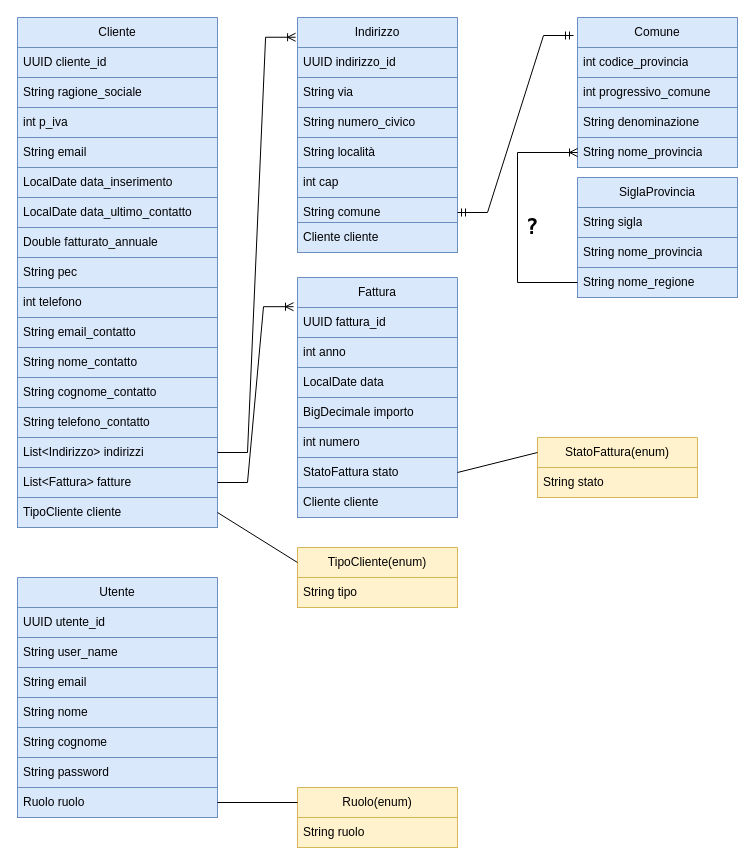
Earlier version of the draw.io diagram bin/Diagramma_Progetto.drawio (Peppe1795/BuildWeekFinale). Source tidied: cells renumbered, new cells numbered last; positions are measured from the earlier drawing's top-left corner, leaving out a move shared by most shapes. Both pictures are drawn from the tidied source at 100%, with x=0, y=0 at pixel (17, 17).
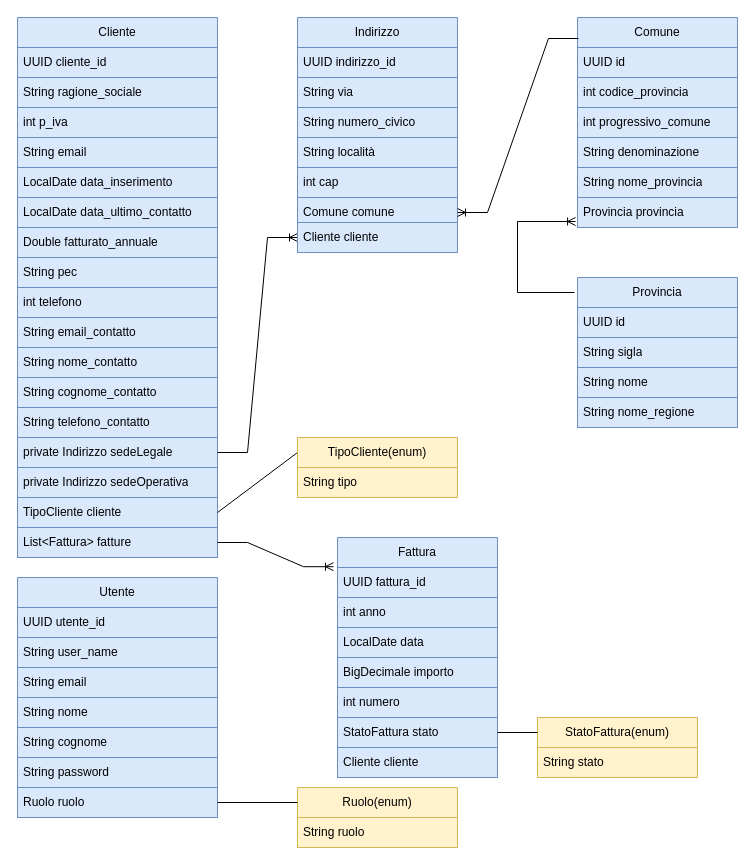
The same page after the edit.

The change refers to these unchanged cells:
```xml
<mxCell id="2" value="Indirizzo" style="swimlane;fontStyle=0;horizontal=1;startSize=30;whiteSpace=wrap;html=1;fillColor=#dae8fc;strokeColor=#6c8ebf;" parent="1" vertex="1">
  <mxGeometry x="280" width="160" height="210" as="geometry" />
</mxCell>
<mxCell id="64" value="Cliente cliente" style="text;strokeColor=#6c8ebf;fillColor=#dae8fc;align=left;verticalAlign=middle;spacingLeft=4;spacingRight=4;overflow=hidden;points=[[0,0.5],[1,0.5]];portConstraint=eastwest;whiteSpace=wrap;html=1;" parent="1" vertex="1">
  <mxGeometry x="280" y="205" width="160" height="30" as="geometry" />
</mxCell>
```

The edit, as a diff of the source:
```diff
@@
-    <mxCell id="8" value="String comune" style="text;strokeColor=#6c8ebf;fillColor=#dae8fc;align=left;verticalAlign=middle;spacingLeft=4;spacingRight=4;overflow=hidden;points=[[0,0.5],[1,0.5]];portConstraint=eastwest;whiteSpace=wrap;html=1;" parent="2" vertex="1">
+    <mxCell id="8" value="Comune comune" style="text;strokeColor=#6c8ebf;fillColor=#dae8fc;align=left;verticalAlign=middle;spacingLeft=4;spacingRight=4;overflow=hidden;points=[[0,0.5],[1,0.5]];portConstraint=eastwest;whiteSpace=wrap;html=1;" parent="2" vertex="1">
       <mxGeometry y="180" width="160" height="30" as="geometry" />
     </mxCell>
     <mxCell id="9" value="Cliente" style="swimlane;fontStyle=0;horizontal=1;startSize=30;whiteSpace=wrap;html=1;fillColor=#dae8fc;strokeColor=#6c8ebf;" parent="1" vertex="1">
-      <mxGeometry width="200" height="510" as="geometry" />
+      <mxGeometry width="200" height="540" as="geometry" />
     </mxCell>
@@
-    <mxCell id="23" value="List&amp;lt;Indirizzo&amp;gt; indirizzi" style="text;strokeColor=#6c8ebf;fillColor=#dae8fc;align=left;verticalAlign=middle;spacingLeft=4;spacingRight=4;overflow=hidden;points=[[0,0.5],[1,0.5]];portConstraint=eastwest;whiteSpace=wrap;html=1;" parent="9" vertex="1">
+    <mxCell id="23" value="private Indirizzo sedeLegale" style="text;strokeColor=#6c8ebf;fillColor=#dae8fc;align=left;verticalAlign=middle;spacingLeft=4;spacingRight=4;overflow=hidden;points=[[0,0.5],[1,0.5]];portConstraint=eastwest;whiteSpace=wrap;html=1;" parent="9" vertex="1">
       <mxGeometry y="420" width="200" height="30" as="geometry" />
     </mxCell>
+    <mxCell id="66" value="private Indirizzo sedeOperativa" style="text;strokeColor=#6c8ebf;fillColor=#dae8fc;align=left;verticalAlign=middle;spacingLeft=4;spacingRight=4;overflow=hidden;whiteSpace=wrap;html=1;" parent="9" vertex="1">
+      <mxGeometry y="450" width="200" height="30" as="geometry" />
+    </mxCell>
+    <mxCell id="25" value="TipoCliente cliente&amp;nbsp;" style="text;strokeColor=#6c8ebf;fillColor=#dae8fc;align=left;verticalAlign=middle;spacingLeft=4;spacingRight=4;overflow=hidden;points=[[0,0.5],[1,0.5]];portConstraint=eastwest;whiteSpace=wrap;html=1;" parent="9" vertex="1">
+      <mxGeometry y="480" width="200" height="30" as="geometry" />
+    </mxCell>
     <mxCell id="24" value="List&amp;lt;Fattura&amp;gt; fatture" style="text;strokeColor=#6c8ebf;fillColor=#dae8fc;align=left;verticalAlign=middle;spacingLeft=4;spacingRight=4;overflow=hidden;points=[[0,0.5],[1,0.5]];portConstraint=eastwest;whiteSpace=wrap;html=1;" parent="9" vertex="1">
-      <mxGeometry y="450" width="200" height="30" as="geometry" />
+      <mxGeometry y="510" width="200" height="30" as="geometry" />
     </mxCell>
-    <mxCell id="25" value="TipoCliente cliente&amp;nbsp;" style="text;strokeColor=#6c8ebf;fillColor=#dae8fc;align=left;verticalAlign=middle;spacingLeft=4;spacingRight=4;overflow=hidden;points=[[0,0.5],[1,0.5]];portConstraint=eastwest;whiteSpace=wrap;html=1;" parent="9" vertex="1">
-      <mxGeometry y="480" width="200" height="30" as="geometry" />
-    </mxCell>
     <mxCell id="26" value="Comune" style="swimlane;fontStyle=0;horizontal=1;startSize=30;whiteSpace=wrap;html=1;fillColor=#dae8fc;strokeColor=#6c8ebf;" parent="1" vertex="1">
-      <mxGeometry x="560" width="160" height="150" as="geometry" />
+      <mxGeometry x="560" width="160" height="210" as="geometry" />
     </mxCell>
+    <mxCell id="67" value="UUID id&lt;div style=&quot;background-color:#2f2f2f;padding:0px 0px 0px 2px;&quot;&gt;&lt;div style=&quot;color: rgb(170, 170, 170); font-family: &amp;quot;Courier New&amp;quot;; font-size: 10pt;&quot;&gt;&lt;p style=&quot;background-color:#373737;margin:0;&quot;&gt;&lt;span style=&quot;color:#d9e8f7;&quot;&gt;&lt;/span&gt;&lt;/p&gt;&lt;/div&gt;&lt;/div&gt;" style="text;strokeColor=#6c8ebf;fillColor=#dae8fc;align=left;verticalAlign=middle;spacingLeft=4;spacingRight=4;overflow=hidden;whiteSpace=wrap;html=1;" parent="26" vertex="1">
+      <mxGeometry y="30" width="160" height="30" as="geometry" />
+    </mxCell>
     <mxCell id="27" value="int&amp;nbsp;codice_provincia&lt;div style=&quot;background-color:#2f2f2f;padding:0px 0px 0px 2px;&quot;&gt;&lt;div style=&quot;color: rgb(170, 170, 170); font-family: &amp;quot;Courier New&amp;quot;; font-size: 10pt;&quot;&gt;&lt;p style=&quot;background-color:#373737;margin:0;&quot;&gt;&lt;span style=&quot;color:#d9e8f7;&quot;&gt;&lt;/span&gt;&lt;/p&gt;&lt;/div&gt;&lt;/div&gt;" style="text;strokeColor=#6c8ebf;fillColor=#dae8fc;align=left;verticalAlign=middle;spacingLeft=4;spacingRight=4;overflow=hidden;whiteSpace=wrap;html=1;" parent="26" vertex="1">
-      <mxGeometry y="30" width="160" height="30" as="geometry" />
+      <mxGeometry y="60" width="160" height="30" as="geometry" />
     </mxCell>
     <mxCell id="28" value="int&amp;nbsp;progressivo_comune&lt;div style=&quot;background-color:#2f2f2f;padding:0px 0px 0px 2px;&quot;&gt;&lt;div style=&quot;color: rgb(170, 170, 170); font-family: &amp;quot;Courier New&amp;quot;; font-size: 10pt;&quot;&gt;&lt;p style=&quot;background-color:#373737;margin:0;&quot;&gt;&lt;span style=&quot;color:#d9e8f7;&quot;&gt;&lt;/span&gt;&lt;/p&gt;&lt;/div&gt;&lt;/div&gt;" style="text;strokeColor=#6c8ebf;fillColor=#dae8fc;align=left;verticalAlign=middle;spacingLeft=4;spacingRight=4;overflow=hidden;whiteSpace=wrap;html=1;" parent="26" vertex="1">
-      <mxGeometry y="60" width="160" height="30" as="geometry" />
+      <mxGeometry y="90" width="160" height="30" as="geometry" />
     </mxCell>
     <mxCell id="29" value="String&amp;nbsp;denominazione&lt;div style=&quot;background-color:#2f2f2f;padding:0px 0px 0px 2px;&quot;&gt;&lt;div style=&quot;color: rgb(170, 170, 170); font-family: &amp;quot;Courier New&amp;quot;; font-size: 10pt;&quot;&gt;&lt;p style=&quot;background-color:#373737;margin:0;&quot;&gt;&lt;span style=&quot;color:#d9e8f7;&quot;&gt;&lt;/span&gt;&lt;/p&gt;&lt;/div&gt;&lt;/div&gt;" style="text;strokeColor=#6c8ebf;fillColor=#dae8fc;align=left;verticalAlign=middle;spacingLeft=4;spacingRight=4;overflow=hidden;whiteSpace=wrap;html=1;" parent="26" vertex="1">
-      <mxGeometry y="90" width="160" height="30" as="geometry" />
+      <mxGeometry y="120" width="160" height="30" as="geometry" />
     </mxCell>
     <mxCell id="30" value="String nome_provincia" style="text;strokeColor=#6c8ebf;fillColor=#dae8fc;align=left;verticalAlign=middle;spacingLeft=4;spacingRight=4;overflow=hidden;points=[[0,0.5],[1,0.5]];portConstraint=eastwest;whiteSpace=wrap;html=1;" parent="26" vertex="1">
-      <mxGeometry y="120" width="160" height="30" as="geometry" />
+      <mxGeometry y="150" width="160" height="30" as="geometry" />
     </mxCell>
+    <mxCell id="68" value="Provincia provincia" style="text;strokeColor=#6c8ebf;fillColor=#dae8fc;align=left;verticalAlign=middle;spacingLeft=4;spacingRight=4;overflow=hidden;points=[[0,0.5],[1,0.5]];portConstraint=eastwest;whiteSpace=wrap;html=1;" parent="26" vertex="1">
+      <mxGeometry y="180" width="160" height="30" as="geometry" />
+    </mxCell>
     <mxCell id="31" value="Fattura" style="swimlane;fontStyle=0;horizontal=1;startSize=30;whiteSpace=wrap;html=1;fillColor=#dae8fc;strokeColor=#6c8ebf;" parent="1" vertex="1">
-      <mxGeometry x="280" y="260" width="160" height="210" as="geometry" />
+      <mxGeometry x="320" y="520" width="160" height="210" as="geometry" />
     </mxCell>
@@
-    <mxCell id="46" value="TipoCliente(enum)" style="swimlane;fontStyle=0;horizontal=1;startSize=30;whiteSpace=wrap;html=1;fillColor=#fff2cc;strokeColor=#d6b656;" parent="1" vertex="1">
-      <mxGeometry x="280" y="530" width="160" height="60" as="geometry" />
-    </mxCell>
-    <mxCell id="47" value="String tipo" style="text;strokeColor=#d6b656;fillColor=#fff2cc;align=left;verticalAlign=middle;spacingLeft=4;spacingRight=4;overflow=hidden;whiteSpace=wrap;html=1;" parent="46" vertex="1">
-      <mxGeometry y="30" width="160" height="30" as="geometry" />
-    </mxCell>
     <mxCell id="48" value="StatoFattura(enum)" style="swimlane;fontStyle=0;horizontal=1;startSize=30;whiteSpace=wrap;html=1;fillColor=#fff2cc;strokeColor=#d6b656;" parent="1" vertex="1">
-      <mxGeometry x="520" y="420" width="160" height="60" as="geometry" />
+      <mxGeometry x="520" y="700" width="160" height="60" as="geometry" />
     </mxCell>
@@
-    <mxCell id="52" style="edgeStyle=entityRelationEdgeStyle;fontSize=12;html=1;endArrow=ERoneToMany;rounded=0;exitX=1;exitY=0.5;exitDx=0;exitDy=0;entryX=-0.012;entryY=0.094;entryDx=0;entryDy=0;entryPerimeter=0;" parent="1" edge="1" source="23" target="2">
+    <mxCell id="52" style="edgeStyle=entityRelationEdgeStyle;fontSize=12;html=1;endArrow=ERoneToMany;rounded=0;exitX=1;exitY=0.5;exitDx=0;exitDy=0;entryX=0;entryY=0.5;entryDx=0;entryDy=0;" parent="1" edge="1" source="23" target="64">
       <mxGeometry relative="1" as="geometry" />
     </mxCell>
-    <mxCell id="53" style="edgeStyle=entityRelationEdgeStyle;fontSize=12;html=1;endArrow=ERmandOne;startArrow=ERmandOne;rounded=0;entryX=-0.025;entryY=0.12;entryDx=0;entryDy=0;entryPerimeter=0;exitX=1;exitY=0.5;exitDx=0;exitDy=0;" parent="1" edge="1" source="8" target="26">
-      <mxGeometry relative="1" as="geometry" />
-    </mxCell>
@@
-    <mxCell id="58" value="SiglaProvincia" style="swimlane;fontStyle=0;horizontal=1;startSize=30;whiteSpace=wrap;html=1;fillColor=#dae8fc;strokeColor=#6c8ebf;" parent="1" vertex="1">
-      <mxGeometry x="560" y="160" width="160" height="120" as="geometry" />
+    <mxCell id="58" value="Provincia" style="swimlane;fontStyle=0;horizontal=1;startSize=30;whiteSpace=wrap;html=1;fillColor=#dae8fc;strokeColor=#6c8ebf;" parent="1" vertex="1">
+      <mxGeometry x="560" y="260" width="160" height="150" as="geometry" />
     </mxCell>
+    <mxCell id="69" value="UUID id" style="text;strokeColor=#6c8ebf;fillColor=#dae8fc;align=left;verticalAlign=middle;spacingLeft=4;spacingRight=4;overflow=hidden;whiteSpace=wrap;html=1;" parent="58" vertex="1">
+      <mxGeometry y="30" width="160" height="30" as="geometry" />
+    </mxCell>
     <mxCell id="59" value="String sigla" style="text;strokeColor=#6c8ebf;fillColor=#dae8fc;align=left;verticalAlign=middle;spacingLeft=4;spacingRight=4;overflow=hidden;whiteSpace=wrap;html=1;" parent="58" vertex="1">
-      <mxGeometry y="30" width="160" height="30" as="geometry" />
+      <mxGeometry y="60" width="160" height="30" as="geometry" />
     </mxCell>
-    <mxCell id="60" value="String nome_provincia" style="text;strokeColor=#6c8ebf;fillColor=#dae8fc;align=left;verticalAlign=middle;spacingLeft=4;spacingRight=4;overflow=hidden;whiteSpace=wrap;html=1;" parent="58" vertex="1">
-      <mxGeometry y="60" width="160" height="30" as="geometry" />
+    <mxCell id="60" value="String nome" style="text;strokeColor=#6c8ebf;fillColor=#dae8fc;align=left;verticalAlign=middle;spacingLeft=4;spacingRight=4;overflow=hidden;whiteSpace=wrap;html=1;" parent="58" vertex="1">
+      <mxGeometry y="90" width="160" height="30" as="geometry" />
     </mxCell>
     <mxCell id="61" value="String nome_regione" style="text;strokeColor=#6c8ebf;fillColor=#dae8fc;align=left;verticalAlign=middle;spacingLeft=4;spacingRight=4;overflow=hidden;whiteSpace=wrap;html=1;" parent="58" vertex="1">
-      <mxGeometry y="90" width="160" height="30" as="geometry" />
+      <mxGeometry y="120" width="160" height="30" as="geometry" />
     </mxCell>
-    <mxCell id="62" style="fontSize=12;html=1;endArrow=ERoneToMany;rounded=0;edgeStyle=elbowEdgeStyle;elbow=horizontal;entryX=0;entryY=0.5;entryDx=0;entryDy=0;exitX=0;exitY=0.5;exitDx=0;exitDy=0;" parent="1" edge="1" target="30">
+    <mxCell id="62" style="fontSize=12;html=1;endArrow=ERoneToMany;rounded=0;edgeStyle=elbowEdgeStyle;elbow=horizontal;exitX=-0.019;exitY=0.1;exitDx=0;exitDy=0;entryX=-0.012;entryY=0.8;entryDx=0;entryDy=0;entryPerimeter=0;exitPerimeter=0;" parent="1" edge="1" source="58" target="68">
       <mxGeometry relative="1" as="geometry">
-        <mxPoint x="560" y="265" as="sourcePoint" />
         <Array as="points">
           <mxPoint x="500" y="235" />
         </Array>
       </mxGeometry>
     </mxCell>
-    <mxCell id="63" value="&lt;font style=&quot;font-size: 21px;&quot; face=&quot;Lucida Console&quot;&gt;&lt;b&gt;?&lt;/b&gt;&lt;/font&gt;" style="text;html=1;strokeColor=none;fillColor=none;align=center;verticalAlign=middle;whiteSpace=wrap;rounded=0;" parent="1" vertex="1">
-      <mxGeometry x="500" y="200" width="30" height="20" as="geometry" />
-    </mxCell>
@@
     <mxCell id="65" value="Cliente cliente" style="text;strokeColor=#6c8ebf;fillColor=#dae8fc;align=left;verticalAlign=middle;spacingLeft=4;spacingRight=4;overflow=hidden;whiteSpace=wrap;html=1;" parent="1" vertex="1">
-      <mxGeometry x="280" y="470" width="160" height="30" as="geometry" />
+      <mxGeometry x="320" y="730" width="160" height="30" as="geometry" />
     </mxCell>
+    <mxCell id="70" style="edgeStyle=entityRelationEdgeStyle;fontSize=12;html=1;endArrow=ERoneToMany;rounded=0;entryX=1;entryY=0.5;entryDx=0;entryDy=0;exitX=0.006;exitY=0.1;exitDx=0;exitDy=0;exitPerimeter=0;" parent="1" edge="1" source="26" target="8">
+      <mxGeometry relative="1" as="geometry" />
+    </mxCell>
+    <mxCell id="46" value="TipoCliente(enum)" style="swimlane;fontStyle=0;horizontal=1;startSize=30;whiteSpace=wrap;html=1;fillColor=#fff2cc;strokeColor=#d6b656;" parent="1" vertex="1">
+      <mxGeometry x="280" y="420" width="160" height="60" as="geometry" />
+    </mxCell>
+    <mxCell id="47" value="String tipo" style="text;strokeColor=#d6b656;fillColor=#fff2cc;align=left;verticalAlign=middle;spacingLeft=4;spacingRight=4;overflow=hidden;whiteSpace=wrap;html=1;" parent="46" vertex="1">
+      <mxGeometry y="30" width="160" height="30" as="geometry" />
+    </mxCell>
```
